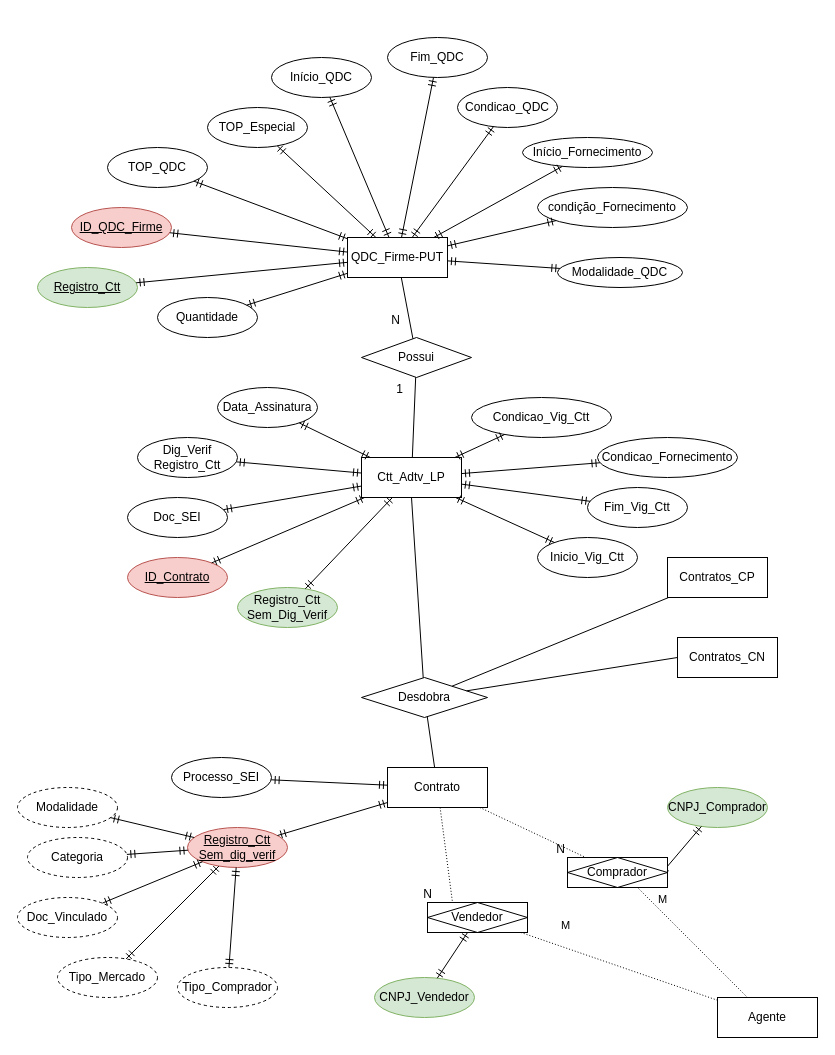
Earlier version of the draw.io diagram Untitled Diagram.drawio (sinistroman/sinistroman). Source tidied: cells renumbered, new cells numbered last; positions are measured from the earlier drawing's top-left corner, leaving out a move shared by most shapes. Both pictures are drawn from the tidied source at 100%, with x=0, y=0 at pixel (17, 37).
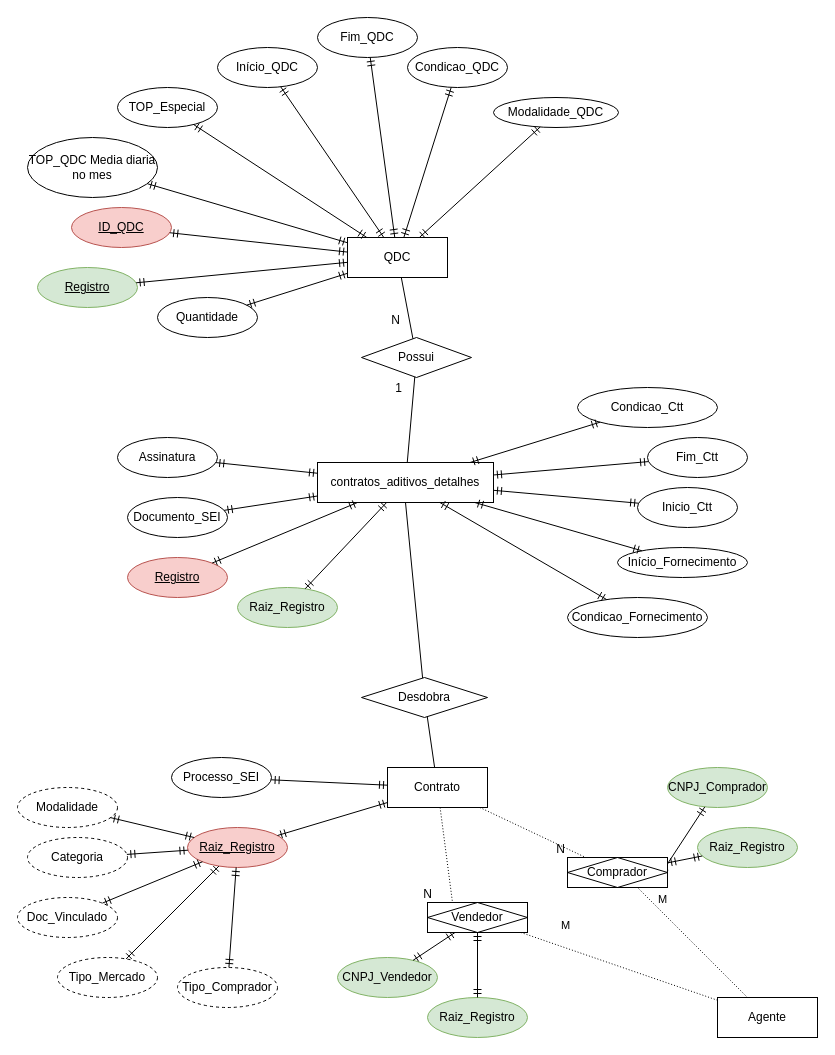
The same diagram, later.

Unchanged cells that the change refers to:
```xml
<mxCell id="57" value="Vendedor" style="shape=associativeEntity;whiteSpace=wrap;html=1;align=center;" parent="1" vertex="1">
  <mxGeometry x="410" y="865" width="100" height="30" as="geometry" />
</mxCell>
<mxCell id="58" value="Comprador" style="shape=associativeEntity;whiteSpace=wrap;html=1;align=center;" parent="1" vertex="1">
  <mxGeometry x="550" y="820" width="100" height="30" as="geometry" />
</mxCell>
<mxCell id="66" value="Desdobra" style="shape=rhombus;perimeter=rhombusPerimeter;whiteSpace=wrap;html=1;align=center;" parent="1" vertex="1">
  <mxGeometry x="344" y="640" width="126" height="40" as="geometry" />
</mxCell>
```

The edit, as a diff of the source:
```diff
@@
-    <mxCell id="6" value="Ctt_Adtv_LP" style="whiteSpace=wrap;html=1;align=center;" parent="1" vertex="1">
-      <mxGeometry x="344" y="420" width="100" height="40" as="geometry" />
+    <mxCell id="6" value="contratos_aditivos_detalhes" style="whiteSpace=wrap;html=1;align=center;" parent="1" vertex="1">
+      <mxGeometry x="300" y="425" width="176" height="40" as="geometry" />
     </mxCell>
-    <mxCell id="7" value="Contratos_CP" style="whiteSpace=wrap;html=1;align=center;" parent="1" vertex="1">
-      <mxGeometry x="650" y="520" width="100" height="40" as="geometry" />
-    </mxCell>
-    <mxCell id="8" value="Contratos_CN" style="whiteSpace=wrap;html=1;align=center;" parent="1" vertex="1">
-      <mxGeometry x="660" y="600" width="100" height="40" as="geometry" />
-    </mxCell>
     <mxCell id="9" value="CNPJ_Comprador" style="ellipse;whiteSpace=wrap;html=1;align=center;fillColor=#d5e8d4;strokeColor=#82b366;" parent="1" vertex="1">
-      <mxGeometry x="650" y="750" width="100" height="40" as="geometry" />
+      <mxGeometry x="650" y="730" width="100" height="40" as="geometry" />
     </mxCell>
     <mxCell id="10" value="CNPJ_Vendedor" style="ellipse;whiteSpace=wrap;html=1;align=center;fillColor=#d5e8d4;strokeColor=#82b366;" parent="1" vertex="1">
-      <mxGeometry x="357" y="940" width="100" height="40" as="geometry" />
+      <mxGeometry x="320" y="920" width="100" height="40" as="geometry" />
     </mxCell>
@@
-    <mxCell id="14" value="Doc_SEI" style="ellipse;whiteSpace=wrap;html=1;align=center;" parent="1" vertex="1">
+    <mxCell id="14" value="Documento_SEI" style="ellipse;whiteSpace=wrap;html=1;align=center;" parent="1" vertex="1">
       <mxGeometry x="110" y="460" width="100" height="40" as="geometry" />
     </mxCell>
-    <mxCell id="15" value="Inicio_Vig_Ctt" style="ellipse;whiteSpace=wrap;html=1;align=center;" parent="1" vertex="1">
-      <mxGeometry x="520" y="500" width="100" height="40" as="geometry" />
+    <mxCell id="15" value="Inicio_Ctt" style="ellipse;whiteSpace=wrap;html=1;align=center;" parent="1" vertex="1">
+      <mxGeometry x="620" y="450" width="100" height="40" as="geometry" />
     </mxCell>
-    <mxCell id="16" value="Fim_Vig_Ctt" style="ellipse;whiteSpace=wrap;html=1;align=center;" parent="1" vertex="1">
-      <mxGeometry x="570" y="450" width="100" height="40" as="geometry" />
+    <mxCell id="16" value="Fim_Ctt" style="ellipse;whiteSpace=wrap;html=1;align=center;" parent="1" vertex="1">
+      <mxGeometry x="630" y="400" width="100" height="40" as="geometry" />
     </mxCell>
-    <mxCell id="17" value="Registro_Ctt Sem_dig_verif" style="ellipse;whiteSpace=wrap;html=1;align=center;fontStyle=4;fillColor=#f8cecc;strokeColor=#b85450;" parent="1" vertex="1">
+    <mxCell id="17" value="Raiz_Registro" style="ellipse;whiteSpace=wrap;html=1;align=center;fontStyle=4;fillColor=#f8cecc;strokeColor=#b85450;" parent="1" vertex="1">
       <mxGeometry x="170" y="790" width="100" height="40" as="geometry" />
     </mxCell>
@@
-    <mxCell id="31" value="Data_Assinatura" style="ellipse;whiteSpace=wrap;html=1;align=center;" parent="1" vertex="1">
-      <mxGeometry x="200" y="350" width="100" height="40" as="geometry" />
+    <mxCell id="31" value="Assinatura" style="ellipse;whiteSpace=wrap;html=1;align=center;" parent="1" vertex="1">
+      <mxGeometry x="100" y="400" width="100" height="40" as="geometry" />
     </mxCell>
@@
-    <mxCell id="34" value="QDC_Firme-PUT" style="whiteSpace=wrap;html=1;align=center;" parent="1" vertex="1">
+    <mxCell id="34" value="QDC" style="whiteSpace=wrap;html=1;align=center;" parent="1" vertex="1">
       <mxGeometry x="330" y="200" width="100" height="40" as="geometry" />
     </mxCell>
@@
-    <mxCell id="40" value="Registro_Ctt" style="ellipse;whiteSpace=wrap;html=1;align=center;fontStyle=4;fillColor=#d5e8d4;strokeColor=#82b366;" parent="1" vertex="1">
+    <mxCell id="40" value="Registro" style="ellipse;whiteSpace=wrap;html=1;align=center;fontStyle=4;fillColor=#d5e8d4;strokeColor=#82b366;" parent="1" vertex="1">
       <mxGeometry x="20" y="230" width="100" height="40" as="geometry" />
     </mxCell>
@@
     <mxCell id="44" value="Início_QDC" style="ellipse;whiteSpace=wrap;html=1;align=center;" parent="1" vertex="1">
-      <mxGeometry x="254" y="20" width="100" height="40" as="geometry" />
+      <mxGeometry x="200" y="10" width="100" height="40" as="geometry" />
     </mxCell>
     <mxCell id="45" value="Fim_QDC" style="ellipse;whiteSpace=wrap;html=1;align=center;" parent="1" vertex="1">
-      <mxGeometry x="370" width="100" height="40" as="geometry" />
+      <mxGeometry x="300" y="-20" width="100" height="40" as="geometry" />
     </mxCell>
@@
-    <mxCell id="49" value="ID_QDC_Firme" style="ellipse;whiteSpace=wrap;html=1;align=center;fontStyle=4;fillColor=#f8cecc;strokeColor=#b85450;" parent="1" vertex="1">
+    <mxCell id="49" value="ID_QDC" style="ellipse;whiteSpace=wrap;html=1;align=center;fontStyle=4;fillColor=#f8cecc;strokeColor=#b85450;" parent="1" vertex="1">
       <mxGeometry x="54" y="170" width="100" height="40" as="geometry" />
     </mxCell>
-    <mxCell id="50" value="TOP_QDC" style="ellipse;whiteSpace=wrap;html=1;align=center;" parent="1" vertex="1">
-      <mxGeometry x="90" y="110" width="100" height="40" as="geometry" />
+    <mxCell id="50" value="TOP_QDC Media diaria no mes" style="ellipse;whiteSpace=wrap;html=1;align=center;" parent="1" vertex="1">
+      <mxGeometry x="10" y="100" width="130" height="60" as="geometry" />
     </mxCell>
     <mxCell id="51" value="TOP_Especial" style="ellipse;whiteSpace=wrap;html=1;align=center;" parent="1" vertex="1">
-      <mxGeometry x="190" y="70" width="100" height="40" as="geometry" />
+      <mxGeometry x="100" y="50" width="100" height="40" as="geometry" />
     </mxCell>
@@
     <mxCell id="55" value="Condicao_QDC" style="ellipse;whiteSpace=wrap;html=1;align=center;" parent="1" vertex="1">
-      <mxGeometry x="440" y="50" width="100" height="40" as="geometry" />
+      <mxGeometry x="390" y="10" width="100" height="40" as="geometry" />
     </mxCell>
@@
     <mxCell id="59" value="Condicao_Fornecimento" style="ellipse;whiteSpace=wrap;html=1;align=center;" parent="1" vertex="1">
-      <mxGeometry x="580" y="400" width="140" height="40" as="geometry" />
+      <mxGeometry x="550" y="560" width="140" height="40" as="geometry" />
     </mxCell>
@@
-    <mxCell id="61" value="Condicao_Vig_Ctt" style="ellipse;whiteSpace=wrap;html=1;align=center;" parent="1" vertex="1">
-      <mxGeometry x="454" y="360" width="140" height="40" as="geometry" />
+    <mxCell id="61" value="Condicao_Ctt" style="ellipse;whiteSpace=wrap;html=1;align=center;" parent="1" vertex="1">
+      <mxGeometry x="560" y="350" width="140" height="40" as="geometry" />
     </mxCell>
@@
-    <mxCell id="64" value="Dig_Verif Registro_Ctt" style="ellipse;whiteSpace=wrap;html=1;align=center;" parent="1" vertex="1">
-      <mxGeometry x="120" y="400" width="100" height="40" as="geometry" />
-    </mxCell>
-    <mxCell id="65" style="fontSize=12;html=1;endArrow=ERmandOne;startArrow=ERmandOne;rounded=0;" parent="1" edge="1" source="6" target="64">
-      <mxGeometry relative="1" as="geometry" />
-    </mxCell>
@@
-    <mxCell id="69" style="endArrow=none;html=1;rounded=0;" parent="1" edge="1" source="7" target="66">
-      <mxGeometry relative="1" as="geometry" />
-    </mxCell>
-    <mxCell id="70" style="endArrow=none;html=1;rounded=0;exitX=0;exitY=0.5;exitDx=0;exitDy=0;" parent="1" edge="1" source="8" target="66">
-      <mxGeometry relative="1" as="geometry" />
-    </mxCell>
-    <mxCell id="71" value="ID_Contrato" style="ellipse;whiteSpace=wrap;html=1;align=center;fontStyle=4;fillColor=#f8cecc;strokeColor=#b85450;" parent="1" vertex="1">
+    <mxCell id="71" value="Registro" style="ellipse;whiteSpace=wrap;html=1;align=center;fontStyle=4;fillColor=#f8cecc;strokeColor=#b85450;" parent="1" vertex="1">
       <mxGeometry x="110" y="520" width="100" height="40" as="geometry" />
     </mxCell>
@@
-    <mxCell id="73" value="Registro_Ctt Sem_Dig_Verif" style="ellipse;whiteSpace=wrap;html=1;align=center;fillColor=#d5e8d4;strokeColor=#82b366;" parent="1" vertex="1">
+    <mxCell id="73" value="Raiz_Registro" style="ellipse;whiteSpace=wrap;html=1;align=center;fillColor=#d5e8d4;strokeColor=#82b366;" parent="1" vertex="1">
       <mxGeometry x="220" y="550" width="100" height="40" as="geometry" />
     </mxCell>
@@
     <mxCell id="78" value="Início_Fornecimento" style="ellipse;whiteSpace=wrap;html=1;align=center;" parent="1" vertex="1">
-      <mxGeometry x="505" y="100" width="130" height="30" as="geometry" />
+      <mxGeometry x="600" y="510" width="130" height="30" as="geometry" />
     </mxCell>
-    <mxCell id="79" value="condição_Fornecimento" style="ellipse;whiteSpace=wrap;html=1;align=center;" parent="1" vertex="1">
-      <mxGeometry x="520" y="150" width="150" height="40" as="geometry" />
-    </mxCell>
-    <mxCell id="80" style="fontSize=12;html=1;endArrow=ERmandOne;startArrow=ERmandOne;rounded=0;" parent="1" edge="1" source="34" target="78">
+    <mxCell id="80" style="fontSize=12;html=1;endArrow=ERmandOne;startArrow=ERmandOne;rounded=0;" parent="1" edge="1" source="6" target="78">
       <mxGeometry relative="1" as="geometry" />
     </mxCell>
-    <mxCell id="81" style="fontSize=12;html=1;endArrow=ERmandOne;startArrow=ERmandOne;rounded=0;" parent="1" edge="1" source="34" target="79">
-      <mxGeometry relative="1" as="geometry" />
-    </mxCell>
     <mxCell id="82" value="Modalidade_QDC" style="ellipse;whiteSpace=wrap;html=1;align=center;" parent="1" vertex="1">
-      <mxGeometry x="540" y="220" width="125" height="30" as="geometry" />
+      <mxGeometry x="476" y="60" width="125" height="30" as="geometry" />
     </mxCell>
@@
+    <mxCell id="84" value="Raiz_Registro" style="ellipse;whiteSpace=wrap;html=1;align=center;fillColor=#d5e8d4;strokeColor=#82b366;" parent="1" vertex="1">
+      <mxGeometry x="410" y="960" width="100" height="40" as="geometry" />
+    </mxCell>
+    <mxCell id="85" style="fontSize=12;html=1;endArrow=ERmandOne;startArrow=ERmandOne;rounded=0;" parent="1" edge="1" source="84" target="57">
+      <mxGeometry relative="1" as="geometry" />
+    </mxCell>
+    <mxCell id="86" value="Raiz_Registro" style="ellipse;whiteSpace=wrap;html=1;align=center;fillColor=#d5e8d4;strokeColor=#82b366;" parent="1" vertex="1">
+      <mxGeometry x="680" y="790" width="100" height="40" as="geometry" />
+    </mxCell>
+    <mxCell id="87" style="fontSize=12;html=1;endArrow=ERmandOne;startArrow=ERmandOne;rounded=0;" parent="1" edge="1" source="86" target="58">
+      <mxGeometry relative="1" as="geometry" />
+    </mxCell>
```
